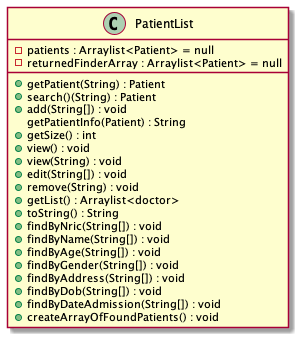
Earlier version of the PlantUML export docs/diagrams/PatientList.png (nus-cs2113-AY2122S2/tp).
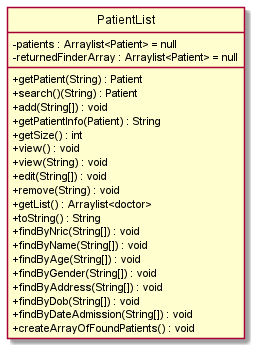
After the change.

Change to the diagram source:
```diff
@@ -1,12 +1,13 @@
 @startuml
-
+hide circle
+skinparam classAttributeIconSize 0
 class PatientList {
 -patients : Arraylist<Patient> = null
 -returnedFinderArray : Arraylist<Patient> = null
 +getPatient(String) : Patient
 +search()(String) : Patient
 +add(String[]) : void
-getPatientInfo(Patient) : String
++getPatientInfo(Patient) : String
 +getSize() : int
 +view() : void
 +view(String) : void
```
